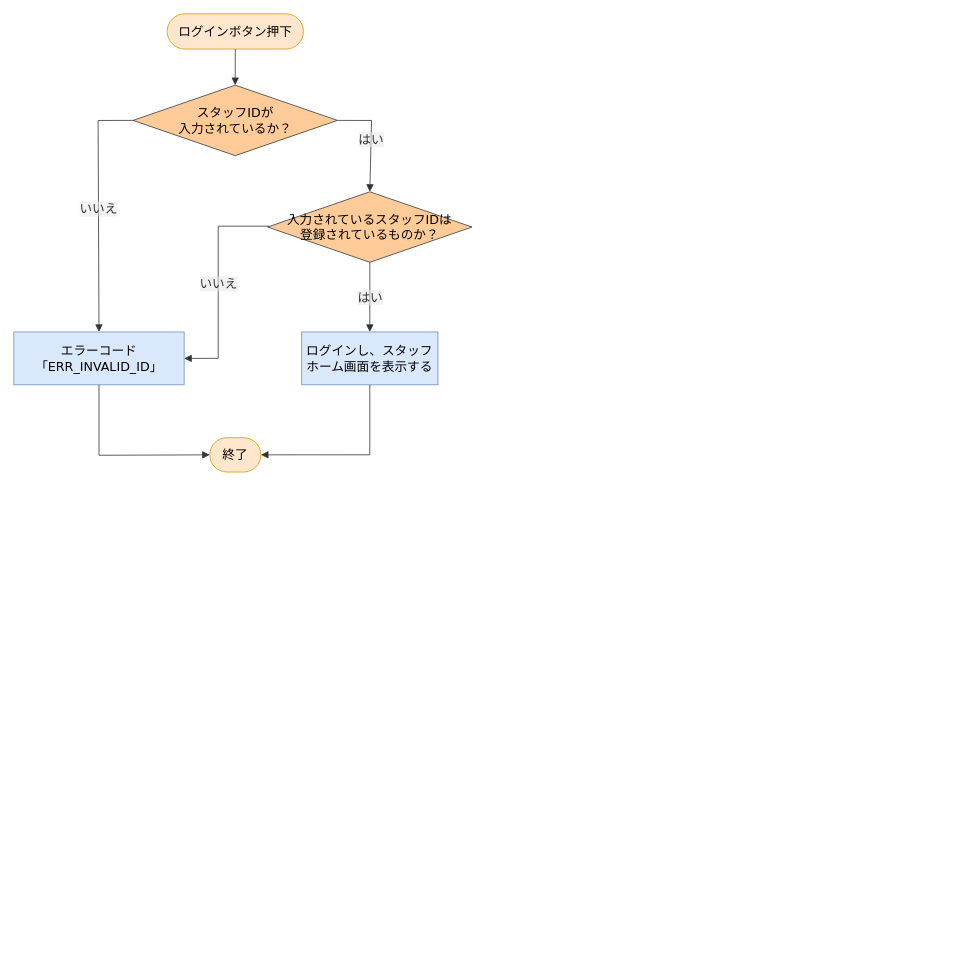
Before: 詳細設計書/7班/flowchart/スタッフログイン.drawio in rs002421-creator/-, a draw.io diagram. Source tidied: cells renumbered, new cells numbered last; positions are measured from the earlier drawing's top-left corner, leaving out a move shared by most shapes. Both pictures are drawn from the tidied source at 79%, with x=0, y=0 at pixel (13, 13).
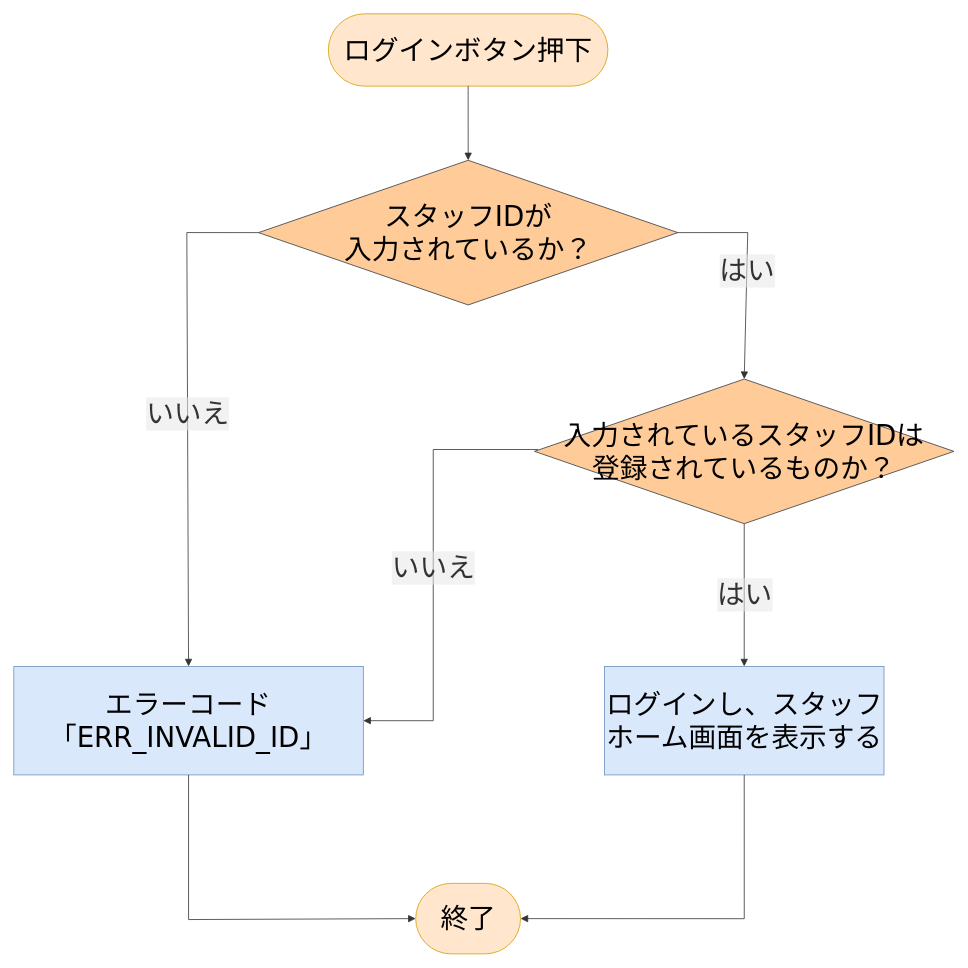
Above is the later version.

The edit, as a diff of the source:
```diff
@@
-    <mxCell id="2" style="group;" parent="1" vertex="1">
-      <mxGeometry width="580" height="580" as="geometry" />
+    <mxCell id="2" style="group;fontSize=35;" parent="1" vertex="1">
+      <mxGeometry width="1190" height="1190" as="geometry" />
     </mxCell>
-    <mxCell id="3" value="ログインボタン押下" style="html=1;rounded=1;whiteSpace=wrap;arcSize=50;strokeWidth=1;fontFamily=Trebuchet MS,Verdana,Arial,sans-serif;fontSize=16;fillColor=#ffe6cc;strokeColor=#d79b00;" parent="2" vertex="1">
-      <mxGeometry x="194.1" width="172.5" height="44.6" as="geometry" />
+    <mxCell id="3" value="ログインボタン押下" style="html=1;rounded=1;whiteSpace=wrap;arcSize=50;strokeWidth=1;fontFamily=Trebuchet MS,Verdana,Arial,sans-serif;fontSize=35;fillColor=#ffe6cc;strokeColor=#d79b00;" parent="2" vertex="1">
+      <mxGeometry x="398.1" width="353.9" height="91.5" as="geometry" />
     </mxCell>
-    <mxCell id="4" value="スタッフIDが&lt;br&gt;入力されているか？" style="rhombus;html=1;strokeWidth=1;whiteSpace=wrap;fillColor=#ffcc99;strokeColor=#36393d;fontFamily=Trebuchet MS,Verdana,Arial,sans-serif;fontSize=16;" parent="2" vertex="1">
-      <mxGeometry x="150.9" y="90.3" width="258.7" height="89.2" as="geometry" />
+    <mxCell id="4" value="スタッフIDが&lt;br&gt;入力されているか？" style="rhombus;html=1;strokeWidth=1;whiteSpace=wrap;fillColor=#ffcc99;strokeColor=#36393d;fontFamily=Trebuchet MS,Verdana,Arial,sans-serif;fontSize=35;" parent="2" vertex="1">
+      <mxGeometry x="309.7" y="185.4" width="530.9" height="183.1" as="geometry" />
     </mxCell>
-    <mxCell id="5" value="入力されているスタッフIDは&lt;br&gt;登録されているものか？" style="rhombus;html=1;strokeWidth=1;whiteSpace=wrap;fillColor=#ffcc99;strokeColor=#36393d;fontFamily=Trebuchet MS,Verdana,Arial,sans-serif;fontSize=16;" parent="2" vertex="1">
-      <mxGeometry x="321.3" y="225.3" width="258.7" height="89.2" as="geometry" />
+    <mxCell id="5" value="入力されているスタッフIDは&lt;br&gt;登録されているものか？" style="rhombus;html=1;strokeWidth=1;whiteSpace=wrap;fillColor=#ffcc99;strokeColor=#36393d;fontFamily=Trebuchet MS,Verdana,Arial,sans-serif;fontSize=35;" parent="2" vertex="1">
+      <mxGeometry x="659.1" y="462.3" width="530.9" height="183.1" as="geometry" />
     </mxCell>
-    <mxCell id="6" value="エラーコード「ERR_INVALID_ID」" style="html=1;whiteSpace=wrap;strokeWidth=1;fillColor=#dae8fc;strokeColor=#6c8ebf;fontFamily=Trebuchet MS,Verdana,Arial,sans-serif;fontSize=16;" parent="2" vertex="1">
-      <mxGeometry y="402.7" width="215.6" height="66.9" as="geometry" />
+    <mxCell id="6" value="エラーコード「ERR_INVALID_ID」" style="html=1;whiteSpace=wrap;strokeWidth=1;fillColor=#dae8fc;strokeColor=#6c8ebf;fontFamily=Trebuchet MS,Verdana,Arial,sans-serif;fontSize=35;" parent="2" vertex="1">
+      <mxGeometry y="826.1" width="442.4" height="137.3" as="geometry" />
     </mxCell>
-    <mxCell id="7" value="ログインし、スタッフホーム画面を表示する" style="html=1;whiteSpace=wrap;strokeWidth=1;fillColor=#dae8fc;strokeColor=#6c8ebf;fontFamily=Trebuchet MS,Verdana,Arial,sans-serif;fontSize=16;" parent="2" vertex="1">
-      <mxGeometry x="364.4" y="402.7" width="172.5" height="66.9" as="geometry" />
+    <mxCell id="7" value="ログインし、スタッフホーム画面を表示する" style="html=1;whiteSpace=wrap;strokeWidth=1;fillColor=#dae8fc;strokeColor=#6c8ebf;fontFamily=Trebuchet MS,Verdana,Arial,sans-serif;fontSize=35;" parent="2" vertex="1">
+      <mxGeometry x="747.6" y="826.1" width="353.9" height="137.3" as="geometry" />
     </mxCell>
-    <mxCell id="8" value="終了" style="html=1;rounded=1;whiteSpace=wrap;arcSize=50;strokeWidth=1;fontFamily=Trebuchet MS,Verdana,Arial,sans-serif;fontSize=16;fillColor=#ffe6cc;strokeColor=#d79b00;" parent="2" vertex="1">
-      <mxGeometry x="248" y="536.5" width="64.7" height="43.5" as="geometry" />
+    <mxCell id="8" value="終了" style="html=1;rounded=1;whiteSpace=wrap;arcSize=50;strokeWidth=1;fontFamily=Trebuchet MS,Verdana,Arial,sans-serif;fontSize=35;fillColor=#ffe6cc;strokeColor=#d79b00;" parent="2" vertex="1">
+      <mxGeometry x="508.7" y="1100.7" width="132.7" height="89.2" as="geometry" />
     </mxCell>
-    <mxCell id="9" style="curved=1;startArrow=none;endArrow=block;endSize=7;strokeColor=light-dark(#333333,#cccccc);entryX=0.5;entryY=0;rounded=0;" parent="2" edge="1" source="3" target="4">
+    <mxCell id="9" style="curved=1;startArrow=none;endArrow=block;endSize=7;strokeColor=light-dark(#333333,#cccccc);entryX=0.5;entryY=0;rounded=0;fontSize=35;" parent="2" edge="1" source="3" target="4">
       <mxGeometry relative="1" as="geometry" />
     </mxCell>
-    <mxCell id="10" value="はい" style="curved=0;startArrow=none;endArrow=block;endSize=7;strokeColor=light-dark(#333333,#cccccc);html=1;fontSize=16;labelBackgroundColor=light-dark(#E8E8E88D,#2a2a2a8D);fontFamily=Trebuchet MS,Verdana,Arial,sans-serif;fontColor=light-dark(#333333,#cccccc);exitX=1;exitY=0.5;rounded=0;exitDx=0;exitDy=0;entryX=0.5;entryY=0;entryDx=0;entryDy=0;" parent="2" edge="1" source="4" target="5">
+    <mxCell id="10" value="はい" style="curved=0;startArrow=none;endArrow=block;endSize=7;strokeColor=light-dark(#333333,#cccccc);html=1;fontSize=35;labelBackgroundColor=light-dark(#E8E8E88D,#2a2a2a8D);fontFamily=Trebuchet MS,Verdana,Arial,sans-serif;fontColor=light-dark(#333333,#cccccc);exitX=1;exitY=0.5;rounded=0;exitDx=0;exitDy=0;entryX=0.5;entryY=0;entryDx=0;entryDy=0;" parent="2" edge="1" source="4" target="5">
       <mxGeometry relative="1" as="geometry">
         <Array as="points">
-          <mxPoint x="452.8" y="135" />
+          <mxPoint x="929" y="276.9" />
         </Array>
       </mxGeometry>
     </mxCell>
-    <mxCell id="11" value="いいえ" style="curved=0;startArrow=none;endArrow=block;endSize=7;strokeColor=light-dark(#333333,#cccccc);html=1;fontSize=16;labelBackgroundColor=light-dark(#E8E8E88D,#2a2a2a8D);fontFamily=Trebuchet MS,Verdana,Arial,sans-serif;fontColor=light-dark(#333333,#cccccc);exitX=0;exitY=0.5;rounded=0;exitDx=0;exitDy=0;entryX=0.5;entryY=0;entryDx=0;entryDy=0;" parent="2" edge="1" source="4" target="6">
+    <mxCell id="11" value="いいえ" style="curved=0;startArrow=none;endArrow=block;endSize=7;strokeColor=light-dark(#333333,#cccccc);html=1;fontSize=35;labelBackgroundColor=light-dark(#E8E8E88D,#2a2a2a8D);fontFamily=Trebuchet MS,Verdana,Arial,sans-serif;fontColor=light-dark(#333333,#cccccc);exitX=0;exitY=0.5;rounded=0;exitDx=0;exitDy=0;entryX=0.5;entryY=0;entryDx=0;entryDy=0;" parent="2" edge="1" source="4" target="6">
       <mxGeometry relative="1" as="geometry">
         <Array as="points">
-          <mxPoint x="106.7" y="135" />
+          <mxPoint x="219" y="276.9" />
         </Array>
       </mxGeometry>
     </mxCell>
-    <mxCell id="12" value="はい" style="curved=0;startArrow=none;endArrow=block;endSize=7;strokeColor=light-dark(#333333,#cccccc);html=1;fontSize=16;labelBackgroundColor=light-dark(#E8E8E88D,#2a2a2a8D);fontFamily=Trebuchet MS,Verdana,Arial,sans-serif;fontColor=light-dark(#333333,#cccccc);exitX=0.5;exitY=1;entryX=0.5;entryY=0;rounded=0;exitDx=0;exitDy=0;" parent="2" edge="1" source="5" target="7">
+    <mxCell id="12" value="はい" style="curved=0;startArrow=none;endArrow=block;endSize=7;strokeColor=light-dark(#333333,#cccccc);html=1;fontSize=35;labelBackgroundColor=light-dark(#E8E8E88D,#2a2a2a8D);fontFamily=Trebuchet MS,Verdana,Arial,sans-serif;fontColor=light-dark(#333333,#cccccc);exitX=0.5;exitY=1;entryX=0.5;entryY=0;rounded=0;exitDx=0;exitDy=0;" parent="2" edge="1" source="5" target="7">
       <mxGeometry relative="1" as="geometry" />
     </mxCell>
-    <mxCell id="13" value="いいえ" style="curved=0;startArrow=none;endArrow=block;endSize=7;strokeColor=light-dark(#333333,#cccccc);html=1;fontSize=16;labelBackgroundColor=light-dark(#E8E8E88D,#2a2a2a8D);fontFamily=Trebuchet MS,Verdana,Arial,sans-serif;fontColor=light-dark(#333333,#cccccc);exitX=0;exitY=0.5;entryX=1;entryY=0.5;rounded=0;exitDx=0;exitDy=0;entryDx=0;entryDy=0;" parent="2" edge="1" target="6">
+    <mxCell id="13" value="いいえ" style="curved=0;startArrow=none;endArrow=block;endSize=7;strokeColor=light-dark(#333333,#cccccc);html=1;fontSize=35;labelBackgroundColor=light-dark(#E8E8E88D,#2a2a2a8D);fontFamily=Trebuchet MS,Verdana,Arial,sans-serif;fontColor=light-dark(#333333,#cccccc);exitX=0;exitY=0.5;entryX=1;entryY=0.5;rounded=0;exitDx=0;exitDy=0;entryDx=0;entryDy=0;" parent="2" edge="1" target="6">
       <mxGeometry relative="1" as="geometry">
-        <mxPoint x="323.4" y="268.8" as="sourcePoint" />
+        <mxPoint x="663.6" y="551.5" as="sourcePoint" />
         <Array as="points">
-          <mxPoint x="258.7" y="268.8" />
-          <mxPoint x="258.7" y="436.1" />
+          <mxPoint x="530.9" y="551.5" />
+          <mxPoint x="530.9" y="894.8" />
         </Array>
       </mxGeometry>
     </mxCell>
-    <mxCell id="14" style="curved=0;startArrow=none;endArrow=block;endSize=7;strokeColor=light-dark(#333333,#cccccc);exitX=0.5;exitY=1;entryX=0;entryY=0.5;rounded=0;entryDx=0;entryDy=0;" parent="2" edge="1" source="6" target="8">
+    <mxCell id="14" style="curved=0;startArrow=none;endArrow=block;endSize=7;strokeColor=light-dark(#333333,#cccccc);exitX=0.5;exitY=1;entryX=0;entryY=0.5;rounded=0;entryDx=0;entryDy=0;fontSize=35;" parent="2" edge="1" source="6" target="8">
       <mxGeometry relative="1" as="geometry">
         <Array as="points">
-          <mxPoint x="107.8" y="558.8" />
+          <mxPoint x="221.2" y="1146.5" />
         </Array>
       </mxGeometry>
     </mxCell>
-    <mxCell id="15" style="curved=0;startArrow=none;endArrow=block;endSize=7;strokeColor=light-dark(#333333,#cccccc);exitX=0.5;exitY=1;entryX=1;entryY=0.5;rounded=0;entryDx=0;entryDy=0;" parent="2" edge="1" source="7" target="8">
+    <mxCell id="15" style="curved=0;startArrow=none;endArrow=block;endSize=7;strokeColor=light-dark(#333333,#cccccc);exitX=0.5;exitY=1;entryX=1;entryY=0.5;rounded=0;entryDx=0;entryDy=0;fontSize=35;" parent="2" edge="1" source="7" target="8">
       <mxGeometry relative="1" as="geometry">
         <Array as="points">
-          <mxPoint x="450.6" y="558.2" />
+          <mxPoint x="924.6" y="1145.4" />
         </Array>
       </mxGeometry>
     </mxCell>
```
